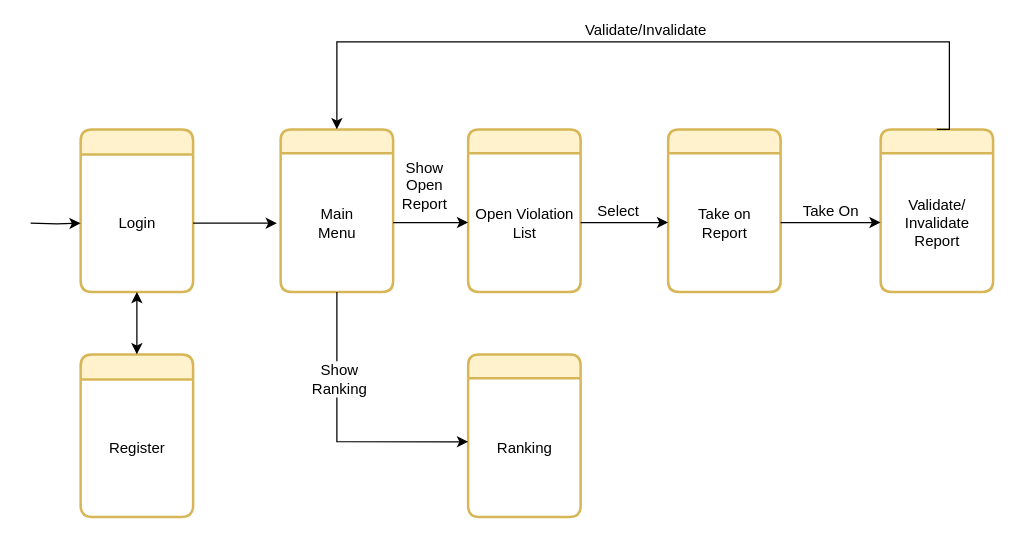
The draw.io diagram DD/diagrams/UX-traffic-warden-v2.drawio in f3d0ss/CazzolaDotti-se2, before the edit. Source tidied: cells renumbered, new cells numbered last; positions are measured from the earlier drawing's top-left corner, leaving out a move shared by most shapes. Both pictures are drawn from the tidied source at 125%, with x=0, y=0 at pixel (30, 41).
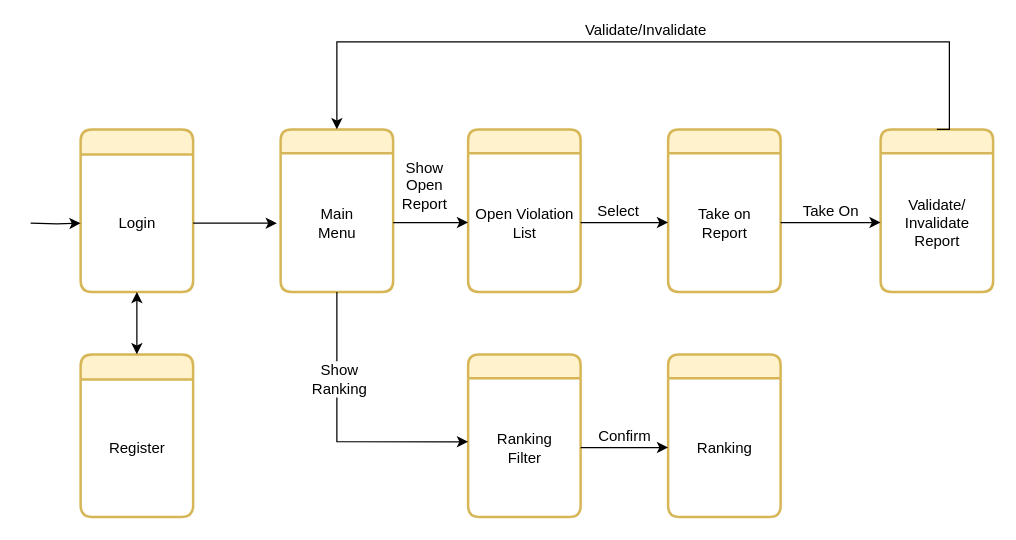
The same page after the edit.

Unchanged cells that the change refers to:
```xml
<mxCell id="12" style="swimlane;horizontal=1;startSize=19;fillColor=#fff2cc;rounded=1;fontSize=14;fontStyle=0;strokeWidth=2;shadow=0;dashed=0;align=center;strokeColor=#d6b656;" parent="1" vertex="1">
  <mxGeometry x="350" y="250" width="90" height="130" as="geometry" />
</mxCell>
```

Diff of the diagram source:
```diff
@@
-    <mxCell id="13" value="Ranking" style="text;html=1;align=center;verticalAlign=middle;points=[];" parent="12" vertex="1">
+    <mxCell id="13" value="Ranking&lt;br&gt;Filter" style="text;html=1;align=center;verticalAlign=middle;points=[];" parent="12" vertex="1">
       <mxGeometry y="19" width="90" height="111" as="geometry" />
     </mxCell>
@@
+    <mxCell id="29" style="swimlane;horizontal=1;startSize=19;fillColor=#fff2cc;rounded=1;fontSize=14;fontStyle=0;strokeWidth=2;shadow=0;dashed=0;align=center;strokeColor=#d6b656;" parent="1" vertex="1">
+      <mxGeometry x="510" y="250" width="90" height="130" as="geometry" />
+    </mxCell>
+    <mxCell id="30" value="Ranking" style="text;html=1;align=center;verticalAlign=middle;points=[];" parent="29" vertex="1">
+      <mxGeometry y="19" width="90" height="111" as="geometry" />
+    </mxCell>
+    <mxCell id="31" style="edgeStyle=orthogonalEdgeStyle;rounded=0;jettySize=auto;html=1;" parent="1" edge="1" source="13" target="30">
+      <mxGeometry relative="1" as="geometry" />
+    </mxCell>
+    <mxCell id="32" value="Confirm" style="text;html=1;align=center;verticalAlign=middle;labelBackgroundColor=#ffffff;" parent="31" vertex="1">
+      <mxGeometry x="0.21" y="-1" relative="1" as="geometry">
+        <mxPoint x="-7.5" y="-10.5" as="offset" />
+      </mxGeometry>
+    </mxCell>
```
